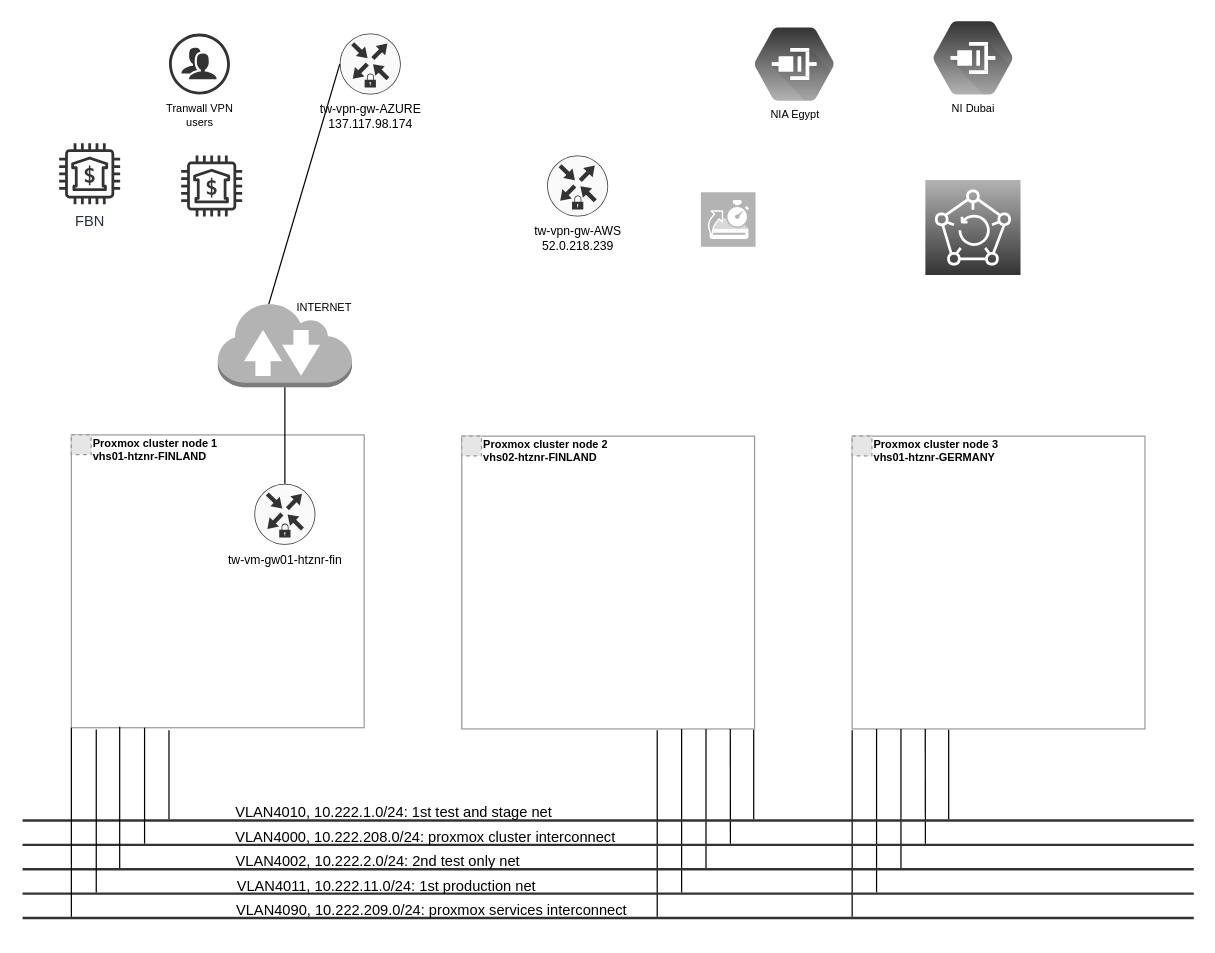
Before: net-ge-home.drawio in 7ak/draw.io, a draw.io diagram. Source tidied: cells renumbered, new cells numbered last; positions are measured from the earlier drawing's top-left corner, leaving out a move shared by most shapes. Both pictures are drawn from the tidied source at 122%, with x=0, y=0 at pixel (22, 21). Pictures stored in the file or linked from it are replaced by grey dashed boxes.
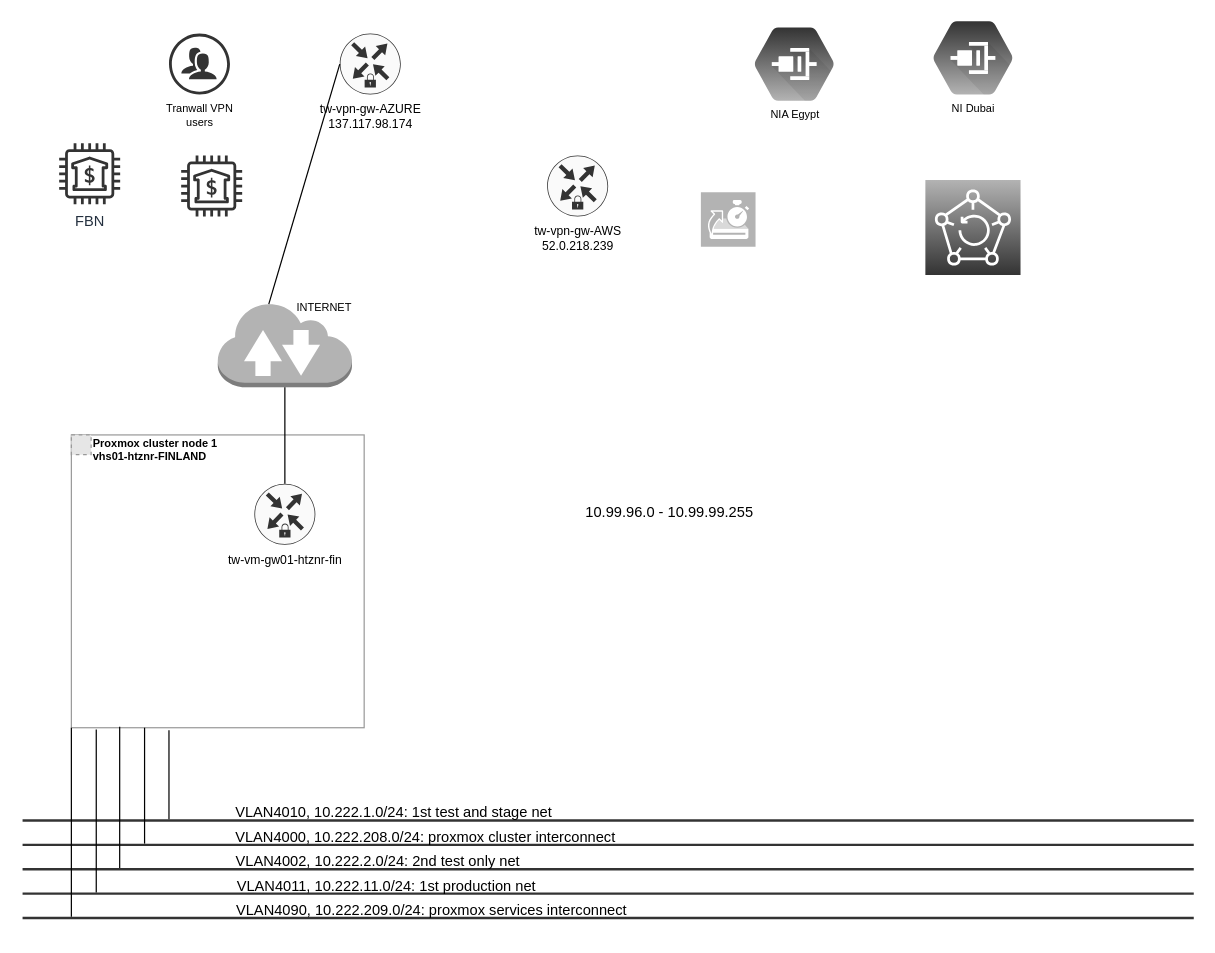
Above is the later version.

The edit, as a diff of the source:
```diff
@@
-    <mxCell id="6" style="group;fontStyle=1;" parent="1" vertex="1">
-      <mxGeometry x="360" y="340" width="240" height="270" as="geometry" />
-    </mxCell>
-    <mxCell id="7" style="whiteSpace=wrap;html=1;fillColor=none;strokeColor=#999999;" parent="6" vertex="1">
-      <mxGeometry width="240" height="240" as="geometry" />
-    </mxCell>
-    <mxCell id="8" value="Proxmox cluster node 2&lt;br&gt;vhs02-htznr-FINLAND" style="fillColor=#E6E6E6;strokeColor=#999999;dashed=1;html=1;verticalAlign=middle;verticalLabelPosition=middle;labelBackgroundColor=#ffffff;labelPosition=right;align=left;fontSize=9;fontStyle=1;spacing=2;spacingBottom=-8;" parent="6" vertex="1">
-      <mxGeometry width="16.2" height="16.2" as="geometry" />
-    </mxCell>
-    <mxCell id="9" style="orthogonalLoop=1;jettySize=auto;html=1;endArrow=none;strokeWidth=1;fontColor=#000000;fontSize=12;verticalAlign=top;strokeColor=#000000;fillColor=#ffffff;spacingTop=4;entryX=0.663;entryY=1.003;entryDx=0;entryDy=0;entryPerimeter=0;" parent="6" edge="1">
-      <mxGeometry relative="1" as="geometry">
-        <mxPoint x="239.3" y="314" as="sourcePoint" />
-        <mxPoint x="239.3" y="240.7" as="targetPoint" />
-      </mxGeometry>
-    </mxCell>
-    <mxCell id="10" style="orthogonalLoop=1;jettySize=auto;html=1;endArrow=none;strokeWidth=1;fontColor=#000000;fontSize=12;verticalAlign=top;strokeColor=#000000;fillColor=#ffffff;spacingTop=4;entryX=0.583;entryY=1;entryDx=0;entryDy=0;entryPerimeter=0;" parent="6" edge="1">
-      <mxGeometry relative="1" as="geometry">
-        <mxPoint x="220.2" y="334" as="sourcePoint" />
-        <mxPoint x="220.1" y="240" as="targetPoint" />
-      </mxGeometry>
-    </mxCell>
-    <mxCell id="11" style="orthogonalLoop=1;jettySize=auto;html=1;endArrow=none;strokeWidth=1;fontColor=#000000;fontSize=12;verticalAlign=top;strokeColor=#000000;fillColor=#ffffff;spacingTop=4;entryX=0.5;entryY=1;entryDx=0;entryDy=0;" parent="6" edge="1">
-      <mxGeometry relative="1" as="geometry">
-        <mxPoint x="200.2" y="354" as="sourcePoint" />
-        <mxPoint x="200.2" y="240" as="targetPoint" />
-      </mxGeometry>
-    </mxCell>
-    <mxCell id="12" style="orthogonalLoop=1;jettySize=auto;html=1;endArrow=none;strokeWidth=1;fontColor=#000000;fontSize=12;verticalAlign=top;strokeColor=#000000;fillColor=#ffffff;spacingTop=4;" parent="6" edge="1">
-      <mxGeometry relative="1" as="geometry">
-        <mxPoint x="180.2" y="374" as="sourcePoint" />
-        <mxPoint x="180.2" y="240" as="targetPoint" />
-      </mxGeometry>
-    </mxCell>
-    <mxCell id="13" style="orthogonalLoop=1;jettySize=auto;html=1;endArrow=none;strokeWidth=1;fontColor=#000000;fontSize=12;verticalAlign=top;strokeColor=#000000;fillColor=#ffffff;spacingTop=4;" parent="6" edge="1">
-      <mxGeometry relative="1" as="geometry">
-        <mxPoint x="160.2" y="394" as="sourcePoint" />
-        <mxPoint x="160.2" y="241" as="targetPoint" />
-      </mxGeometry>
-    </mxCell>
-    <mxCell id="14" style="group;" parent="1" vertex="1">
-      <mxGeometry x="680" y="340" width="240" height="270" as="geometry" />
-    </mxCell>
-    <mxCell id="15" style="whiteSpace=wrap;html=1;fillColor=none;strokeColor=#999999;" parent="14" vertex="1">
-      <mxGeometry width="240" height="240" as="geometry" />
-    </mxCell>
-    <mxCell id="16" value="Proxmox cluster node 3&lt;br&gt;vhs01-htznr-GERMANY" style="fillColor=#E6E6E6;strokeColor=#999999;dashed=1;html=1;verticalAlign=middle;verticalLabelPosition=middle;labelBackgroundColor=#ffffff;labelPosition=right;align=left;fontSize=9;fontStyle=1;spacing=2;spacingBottom=-8;" parent="14" vertex="1">
-      <mxGeometry width="16.2" height="16.2" as="geometry" />
-    </mxCell>
-    <mxCell id="17" style="orthogonalLoop=1;jettySize=auto;html=1;endArrow=none;strokeWidth=1;fontColor=#000000;fontSize=12;verticalAlign=top;strokeColor=#000000;fillColor=#ffffff;spacingTop=4;entryX=0.663;entryY=1.003;entryDx=0;entryDy=0;entryPerimeter=0;" parent="14" edge="1">
-      <mxGeometry relative="1" as="geometry">
-        <mxPoint x="79.1" y="314" as="sourcePoint" />
-        <mxPoint x="79.1" y="240.7" as="targetPoint" />
-      </mxGeometry>
-    </mxCell>
-    <mxCell id="18" style="orthogonalLoop=1;jettySize=auto;html=1;endArrow=none;strokeWidth=1;fontColor=#000000;fontSize=12;verticalAlign=top;strokeColor=#000000;fillColor=#ffffff;spacingTop=4;entryX=0.583;entryY=1;entryDx=0;entryDy=0;entryPerimeter=0;" parent="14" edge="1">
-      <mxGeometry relative="1" as="geometry">
-        <mxPoint x="60" y="334" as="sourcePoint" />
-        <mxPoint x="59.9" y="240" as="targetPoint" />
-      </mxGeometry>
-    </mxCell>
-    <mxCell id="19" style="orthogonalLoop=1;jettySize=auto;html=1;endArrow=none;strokeWidth=1;fontColor=#000000;fontSize=12;verticalAlign=top;strokeColor=#000000;fillColor=#ffffff;spacingTop=4;entryX=0.5;entryY=1;entryDx=0;entryDy=0;" parent="14" edge="1">
-      <mxGeometry relative="1" as="geometry">
-        <mxPoint x="40" y="354" as="sourcePoint" />
-        <mxPoint x="40" y="240" as="targetPoint" />
-      </mxGeometry>
-    </mxCell>
-    <mxCell id="20" style="orthogonalLoop=1;jettySize=auto;html=1;endArrow=none;strokeWidth=1;fontColor=#000000;fontSize=12;verticalAlign=top;strokeColor=#000000;fillColor=#ffffff;spacingTop=4;" parent="14" edge="1">
-      <mxGeometry relative="1" as="geometry">
-        <mxPoint x="20" y="374" as="sourcePoint" />
-        <mxPoint x="20" y="240" as="targetPoint" />
-      </mxGeometry>
-    </mxCell>
-    <mxCell id="21" style="orthogonalLoop=1;jettySize=auto;html=1;endArrow=none;strokeWidth=1;fontColor=#000000;fontSize=12;verticalAlign=top;strokeColor=#000000;fillColor=#ffffff;spacingTop=4;" parent="14" edge="1">
-      <mxGeometry relative="1" as="geometry">
-        <mxPoint y="394" as="sourcePoint" />
-        <mxPoint y="241" as="targetPoint" />
-      </mxGeometry>
-    </mxCell>
@@
+    <mxCell id="44" value="10.99.96.0 - 10.99.99.255" style="text;html=1;align=center;verticalAlign=middle;strokeColor=none;fillColor=none;" parent="1" vertex="1">
+      <mxGeometry x="450" y="388" width="160" height="30" as="geometry" />
+    </mxCell>
```
